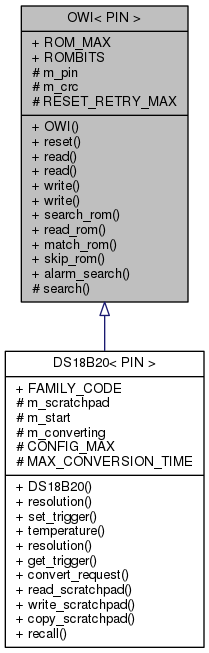
mikaelpatel/mikaelpatel.github.io keeps this Graphviz diagram as Arduino-OWI/da/d5e/classOWI__inherit__graph.png. Above is the earlier version. Its source is kept beside it as Arduino-OWI/da/d5e/classOWI__inherit__graph.dot. The source it was exported from:
```dot
digraph "OWI&lt; PIN &gt;"
{
  edge [fontname="Helvetica",fontsize="10",labelfontname="Helvetica",labelfontsize="10"];
  node [fontname="Helvetica",fontsize="10",shape=record];
  Node1 [label="{OWI\< PIN \>\n|+ ROM_MAX\l+ ROMBITS\l# m_pin\l# m_crc\l# RESET_RETRY_MAX\l|+ OWI()\l+ reset()\l+ read()\l+ read()\l+ write()\l+ write()\l+ search_rom()\l+ read_rom()\l+ match_rom()\l+ skip_rom()\l+ alarm_search()\l# search()\l}",height=0.2,width=0.4,color="black", fillcolor="grey75", style="filled", fontcolor="black"];
  Node1 -> Node2 [dir="back",color="midnightblue",fontsize="10",style="solid",arrowtail="onormal",fontname="Helvetica"];
  Node2 [label="{DS18B20\< PIN \>\n|+ FAMILY_CODE\l# m_scratchpad\l# m_start\l# m_converting\l# CONFIG_MAX\l# MAX_CONVERSION_TIME\l|+ DS18B20()\l+ resolution()\l+ set_trigger()\l+ temperature()\l+ resolution()\l+ get_trigger()\l+ convert_request()\l+ read_scratchpad()\l+ write_scratchpad()\l+ copy_scratchpad()\l+ recall()\l}",height=0.2,width=0.4,color="black", fillcolor="white", style="filled",URL="$da/dc6/classDS18B20.html"];
}
```
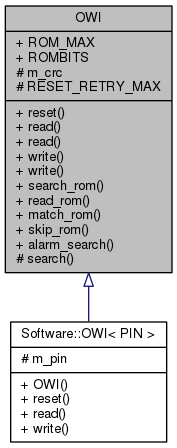
The same file after the commit.

Diff of the diagram source:
```diff
@@ -1,8 +1,8 @@
-digraph "OWI&lt; PIN &gt;"
+digraph "OWI"
 {
   edge [fontname="Helvetica",fontsize="10",labelfontname="Helvetica",labelfontsize="10"];
   node [fontname="Helvetica",fontsize="10",shape=record];
-  Node1 [label="{OWI\< PIN \>\n|+ ROM_MAX\l+ ROMBITS\l# m_pin\l# m_crc\l# RESET_RETRY_MAX\l|+ OWI()\l+ reset()\l+ read()\l+ read()\l+ write()\l+ write()\l+ search_rom()\l+ read_rom()\l+ match_rom()\l+ skip_rom()\l+ alarm_search()\l# search()\l}",height=0.2,width=0.4,color="black", fillcolor="grey75", style="filled", fontcolor="black"];
+  Node1 [label="{OWI\n|+ ROM_MAX\l+ ROMBITS\l# m_crc\l# RESET_RETRY_MAX\l|+ reset()\l+ read()\l+ read()\l+ write()\l+ write()\l+ search_rom()\l+ read_rom()\l+ match_rom()\l+ skip_rom()\l+ alarm_search()\l# search()\l}",height=0.2,width=0.4,color="black", fillcolor="grey75", style="filled", fontcolor="black"];
   Node1 -> Node2 [dir="back",color="midnightblue",fontsize="10",style="solid",arrowtail="onormal",fontname="Helvetica"];
-  Node2 [label="{DS18B20\< PIN \>\n|+ FAMILY_CODE\l# m_scratchpad\l# m_start\l# m_converting\l# CONFIG_MAX\l# MAX_CONVERSION_TIME\l|+ DS18B20()\l+ resolution()\l+ set_trigger()\l+ temperature()\l+ resolution()\l+ get_trigger()\l+ convert_request()\l+ read_scratchpad()\l+ write_scratchpad()\l+ copy_scratchpad()\l+ recall()\l}",height=0.2,width=0.4,color="black", fillcolor="white", style="filled",URL="$da/dc6/classDS18B20.html"];
+  Node2 [label="{Software::OWI\< PIN \>\n|# m_pin\l|+ OWI()\l+ reset()\l+ read()\l+ write()\l}",height=0.2,width=0.4,color="black", fillcolor="white", style="filled",URL="$d0/de1/classSoftware_1_1OWI.html"];
 }
```
